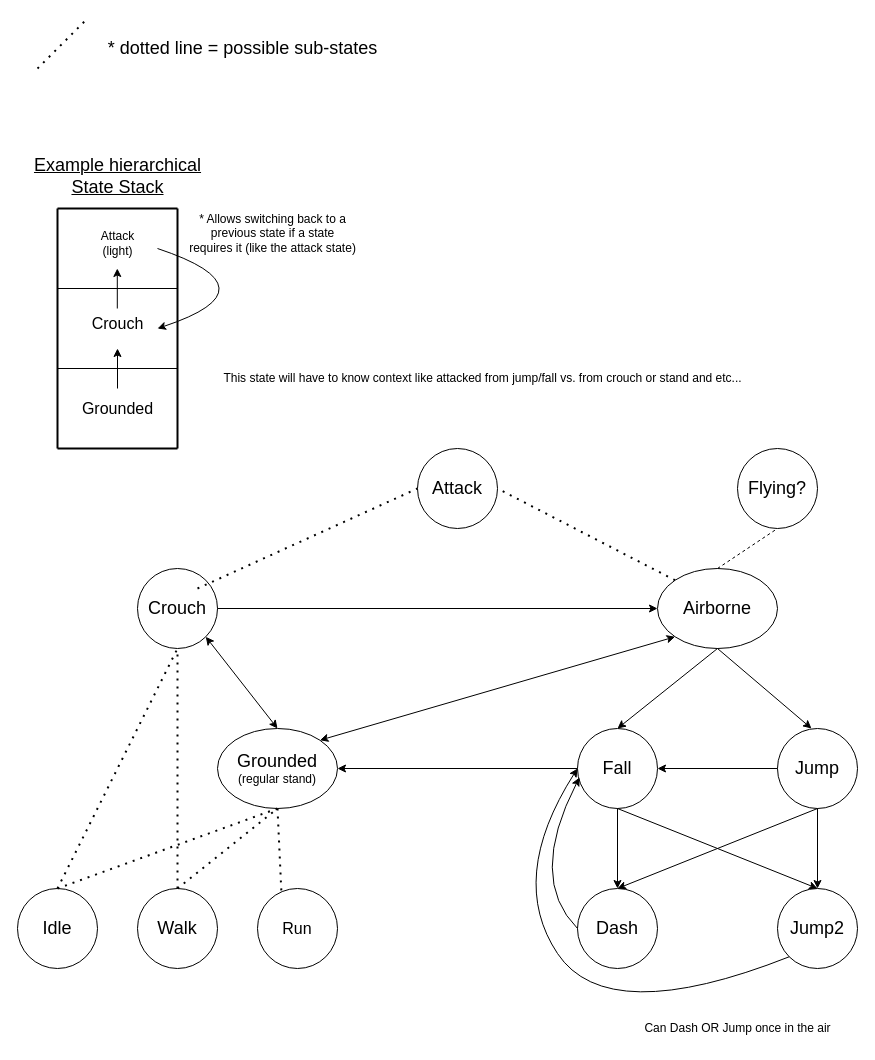
Before: SFMSolution.drawio in HolyTrie/Dark-Times-In-Sherwood, a draw.io diagram. Source tidied: cells renumbered, new cells numbered last; positions are measured from the earlier drawing's top-left corner, leaving out a move shared by most shapes. Both pictures are drawn from the tidied source at 100%, with x=0, y=0 at pixel (17, 18).
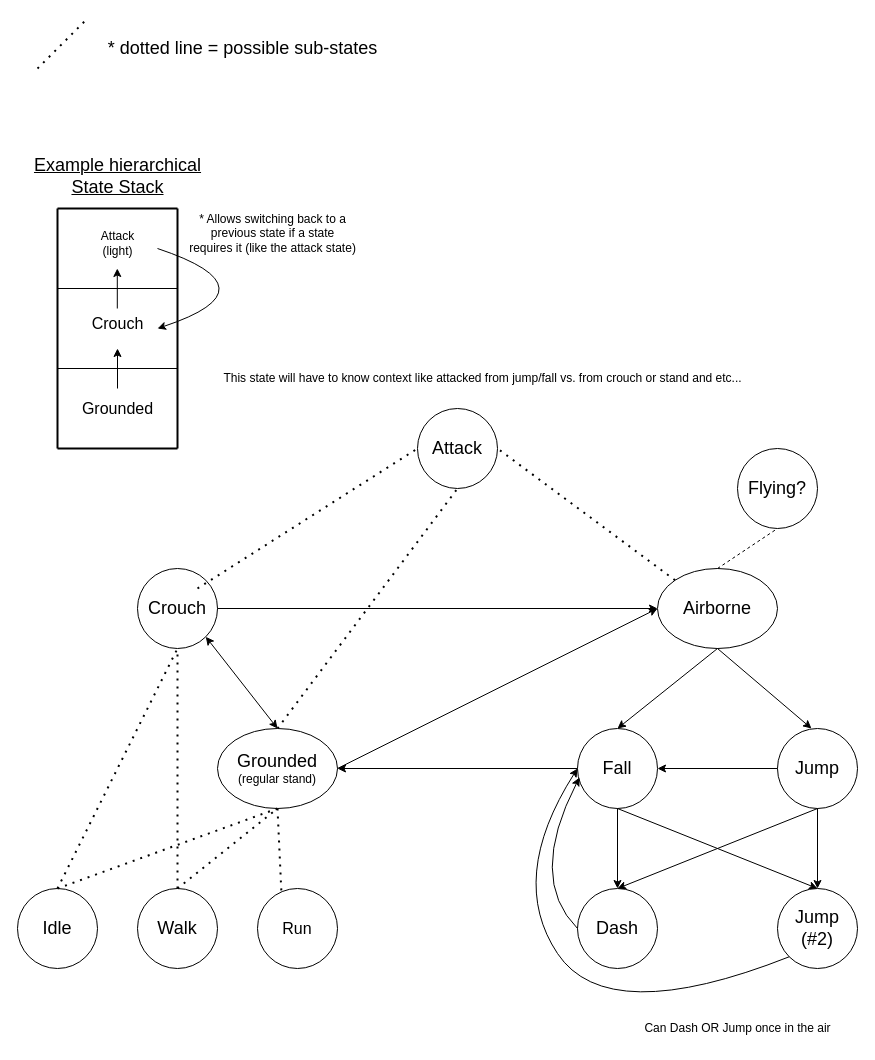
Above is the later version.

Unchanged cells that the change refers to:
```xml
<mxCell id="17" value="&lt;font style=&quot;font-size: 18px;&quot;&gt;Airborne&lt;/font&gt;" style="ellipse;whiteSpace=wrap;html=1;" parent="1" vertex="1">
  <mxGeometry x="640" y="550" width="120" height="80" as="geometry" />
</mxCell>
<mxCell id="20" value="&lt;font style=&quot;font-size: 18px;&quot;&gt;Grounded&lt;/font&gt;&lt;br&gt;(regular stand)" style="ellipse;whiteSpace=wrap;html=1;" parent="1" vertex="1">
  <mxGeometry x="200" y="710" width="120" height="80" as="geometry" />
</mxCell>
```

Change to the diagram source:
```diff
@@
-    <mxCell id="18" style="endArrow=classic;startArrow=classic;html=1;rounded=0;exitX=1;exitY=0;exitDx=0;exitDy=0;entryX=0;entryY=1;entryDx=0;entryDy=0;" parent="1" edge="1" source="20" target="17">
-      <mxGeometry relative="1" as="geometry" />
-    </mxCell>
@@
     <mxCell id="28" value="&lt;font style=&quot;font-size: 18px;&quot;&gt;Attack&lt;/font&gt;" style="ellipse;whiteSpace=wrap;html=1;" parent="1" vertex="1">
-      <mxGeometry x="400" y="430" width="80" height="80" as="geometry" />
+      <mxGeometry x="400" y="390" width="80" height="80" as="geometry" />
     </mxCell>
@@
-    <mxCell id="36" value="&lt;font style=&quot;font-size: 18px;&quot;&gt;Jump2&lt;/font&gt;" style="ellipse;whiteSpace=wrap;html=1;" parent="1" vertex="1">
+    <mxCell id="36" value="&lt;font style=&quot;font-size: 18px;&quot;&gt;Jump&lt;br&gt;(#2)&lt;br&gt;&lt;/font&gt;" style="ellipse;whiteSpace=wrap;html=1;" parent="1" vertex="1">
       <mxGeometry x="760" y="870" width="80" height="80" as="geometry" />
     </mxCell>
@@
+    <mxCell id="53" style="endArrow=none;dashed=1;html=1;dashPattern=1 3;strokeWidth=2;rounded=0;exitX=0.5;exitY=0;exitDx=0;exitDy=0;entryX=0.5;entryY=1;entryDx=0;entryDy=0;" parent="1" edge="1" source="20" target="28">
+      <mxGeometry relative="1" as="geometry" />
+    </mxCell>
+    <mxCell id="18" style="endArrow=classic;html=1;rounded=0;exitX=1;exitY=0.5;exitDx=0;exitDy=0;entryX=0;entryY=0.5;entryDx=0;entryDy=0;" parent="1" edge="1" source="20" target="17">
+      <mxGeometry relative="1" as="geometry" />
+    </mxCell>
```
